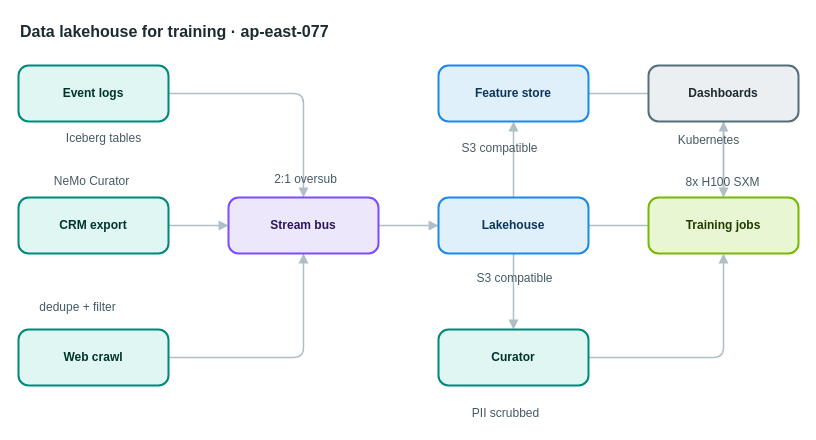
AryanG01/open-apprentice keeps this draw.io diagram as apps/web/public/samples/library/077-data-lakehouse-for-training.drawio. Above is the earlier version. Source tidied: cells renumbered, new cells numbered last; positions are measured from the earlier drawing's top-left corner, leaving out a move shared by most shapes. Both pictures are drawn from the tidied source at 100%, with x=0, y=0 at pixel (18, 17).
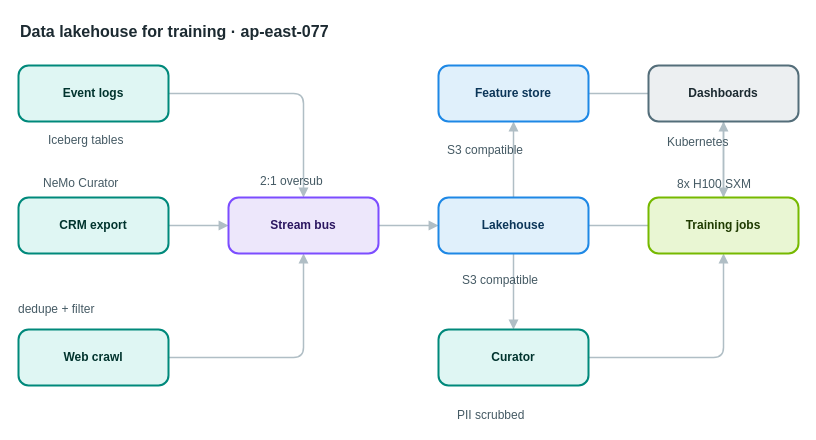
Above is the later version.

Diff of the diagram source:
```diff
@@
-    <mxCell id="21" value="Iceberg tables" style="text;html=1;align=center;verticalAlign=middle;whiteSpace=nowrap;strokeColor=none;fillColor=none;fontSize=12;fontColor=#455a64;" parent="1" vertex="1">
+    <mxCell id="21" value="Iceberg tables" style="text;html=1;align=left;verticalAlign=top;whiteSpace=nowrap;spacing=0;spacingTop=0;strokeColor=none;fillColor=none;fontSize=12;fontColor=#455a64;" parent="1" vertex="1">
       <mxGeometry x="30" y="111" width="110" height="20" as="geometry" />
     </mxCell>
-    <mxCell id="22" value="NeMo Curator" style="text;html=1;align=center;verticalAlign=middle;whiteSpace=nowrap;strokeColor=none;fillColor=none;fontSize=12;fontColor=#455a64;" parent="1" vertex="1">
+    <mxCell id="22" value="NeMo Curator" style="text;html=1;align=left;verticalAlign=top;whiteSpace=nowrap;spacing=0;spacingTop=0;strokeColor=none;fillColor=none;fontSize=12;fontColor=#455a64;" parent="1" vertex="1">
       <mxGeometry x="25" y="154" width="96" height="20" as="geometry" />
     </mxCell>
-    <mxCell id="23" value="dedupe + filter" style="text;html=1;align=center;verticalAlign=middle;whiteSpace=nowrap;strokeColor=none;fillColor=none;fontSize=12;fontColor=#455a64;" parent="1" vertex="1">
+    <mxCell id="23" value="dedupe + filter" style="text;html=1;align=left;verticalAlign=top;whiteSpace=nowrap;spacing=0;spacingTop=0;strokeColor=none;fillColor=none;fontSize=12;fontColor=#455a64;" parent="1" vertex="1">
       <mxGeometry y="280" width="117" height="20" as="geometry" />
     </mxCell>
-    <mxCell id="24" value="2:1 oversub" style="text;html=1;align=center;verticalAlign=middle;whiteSpace=nowrap;strokeColor=none;fillColor=none;fontSize=12;fontColor=#455a64;" parent="1" vertex="1">
+    <mxCell id="24" value="2:1 oversub" style="text;html=1;align=left;verticalAlign=top;whiteSpace=nowrap;spacing=0;spacingTop=0;strokeColor=none;fillColor=none;fontSize=12;fontColor=#455a64;" parent="1" vertex="1">
       <mxGeometry x="242" y="152" width="89" height="20" as="geometry" />
     </mxCell>
-    <mxCell id="25" value="S3 compatible" style="text;html=1;align=center;verticalAlign=middle;whiteSpace=nowrap;strokeColor=none;fillColor=none;fontSize=12;fontColor=#455a64;" parent="1" vertex="1">
+    <mxCell id="25" value="S3 compatible" style="text;html=1;align=left;verticalAlign=top;whiteSpace=nowrap;spacing=0;spacingTop=0;strokeColor=none;fillColor=none;fontSize=12;fontColor=#455a64;" parent="1" vertex="1">
       <mxGeometry x="444" y="251" width="103" height="20" as="geometry" />
     </mxCell>
-    <mxCell id="26" value="S3 compatible" style="text;html=1;align=center;verticalAlign=middle;whiteSpace=nowrap;strokeColor=none;fillColor=none;fontSize=12;fontColor=#455a64;" parent="1" vertex="1">
+    <mxCell id="26" value="S3 compatible" style="text;html=1;align=left;verticalAlign=top;whiteSpace=nowrap;spacing=0;spacingTop=0;strokeColor=none;fillColor=none;fontSize=12;fontColor=#455a64;" parent="1" vertex="1">
       <mxGeometry x="429" y="121" width="103" height="20" as="geometry" />
     </mxCell>
-    <mxCell id="27" value="PII scrubbed" style="text;html=1;align=center;verticalAlign=middle;whiteSpace=nowrap;strokeColor=none;fillColor=none;fontSize=12;fontColor=#455a64;" parent="1" vertex="1">
+    <mxCell id="27" value="PII scrubbed" style="text;html=1;align=left;verticalAlign=top;whiteSpace=nowrap;spacing=0;spacingTop=0;strokeColor=none;fillColor=none;fontSize=12;fontColor=#455a64;" parent="1" vertex="1">
       <mxGeometry x="439" y="386" width="96" height="20" as="geometry" />
     </mxCell>
-    <mxCell id="28" value="8x H100 SXM" style="text;html=1;align=center;verticalAlign=middle;whiteSpace=nowrap;strokeColor=none;fillColor=none;fontSize=12;fontColor=#455a64;" parent="1" vertex="1">
+    <mxCell id="28" value="8x H100 SXM" style="text;html=1;align=left;verticalAlign=top;whiteSpace=nowrap;spacing=0;spacingTop=0;strokeColor=none;fillColor=none;fontSize=12;fontColor=#455a64;" parent="1" vertex="1">
       <mxGeometry x="659" y="155" width="89" height="20" as="geometry" />
     </mxCell>
-    <mxCell id="29" value="Kubernetes" style="text;html=1;align=center;verticalAlign=middle;whiteSpace=nowrap;strokeColor=none;fillColor=none;fontSize=12;fontColor=#455a64;" parent="1" vertex="1">
+    <mxCell id="29" value="Kubernetes" style="text;html=1;align=left;verticalAlign=top;whiteSpace=nowrap;spacing=0;spacingTop=0;strokeColor=none;fillColor=none;fontSize=12;fontColor=#455a64;" parent="1" vertex="1">
       <mxGeometry x="649" y="113" width="82" height="20" as="geometry" />
     </mxCell>
```
